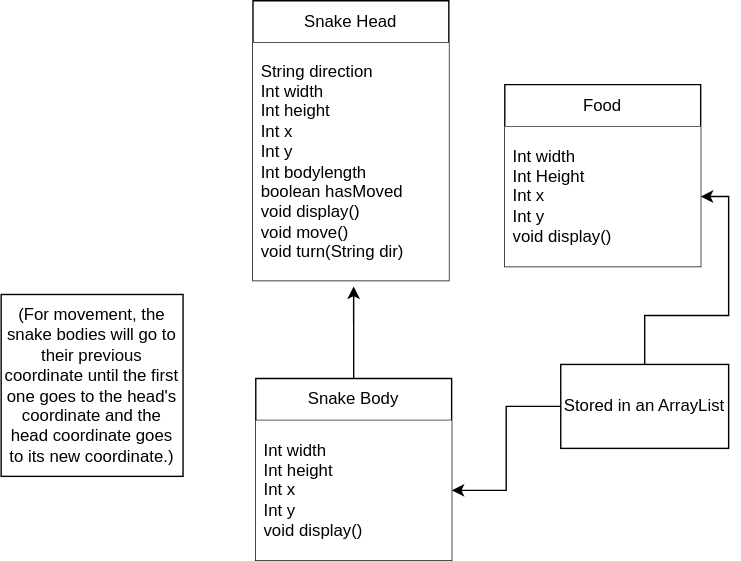
Before: snake/snakeclassdiagram-rafid.drawio.svg, a diagram exported from draw.io (banananabusiness/project). Source tidied: cells renumbered, new cells last; positions are measured from the earlier drawing's top-left corner, leaving out a move shared by most shapes.
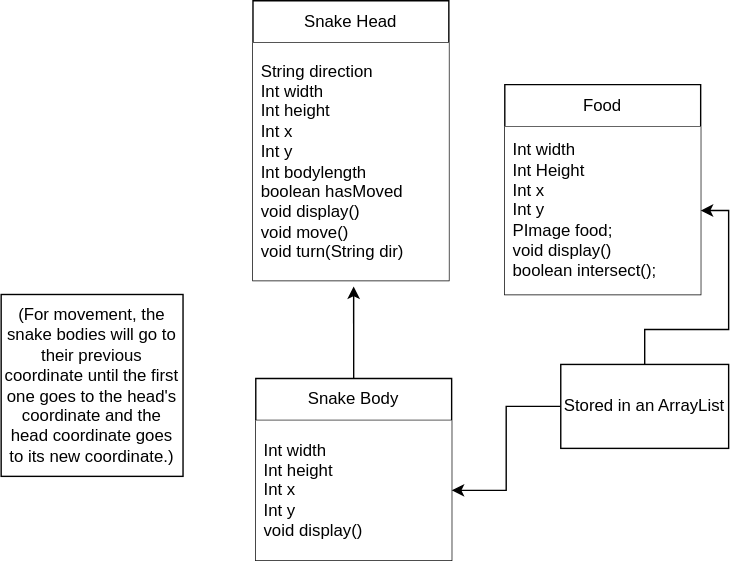
Later version of the same file.

What changed in the source:
```diff
@@ -21,10 +21,10 @@
       <mxGeometry relative="1" as="geometry" />
     </mxCell>
     <mxCell id="8" value="Food" style="swimlane;fontStyle=0;horizontal=1;startSize=30;whiteSpace=wrap;html=1;" parent="1" vertex="1">
-      <mxGeometry x="360" y="60" width="140" height="130" as="geometry" />
+      <mxGeometry x="360" y="60" width="140" height="150" as="geometry" />
     </mxCell>
-    <mxCell id="9" value="Int width&lt;br&gt;Int Height&lt;br&gt;Int x&lt;br&gt;Int y&lt;br&gt;void display()" style="text;strokeColor=none;fillColor=default;align=left;verticalAlign=middle;spacingLeft=4;spacingRight=4;overflow=hidden;points=[[0,0.5],[1,0.5]];portConstraint=eastwest;whiteSpace=wrap;html=1;" parent="8" vertex="1">
-      <mxGeometry y="30" width="140" height="100" as="geometry" />
+    <mxCell id="9" value="Int width&lt;br&gt;Int Height&lt;br&gt;Int x&lt;br&gt;Int y&lt;br&gt;PImage food;&lt;br&gt;void display()&lt;br&gt;boolean intersect();" style="text;strokeColor=none;fillColor=default;align=left;verticalAlign=middle;spacingLeft=4;spacingRight=4;overflow=hidden;points=[[0,0.5],[1,0.5]];portConstraint=eastwest;whiteSpace=wrap;html=1;" parent="8" vertex="1">
+      <mxGeometry y="30" width="140" height="120" as="geometry" />
     </mxCell>
     <mxCell id="10" style="edgeStyle=orthogonalEdgeStyle;rounded=0;jettySize=auto;html=1;" parent="1" edge="1" source="12" target="5">
       <mxGeometry relative="1" as="geometry" />
```
